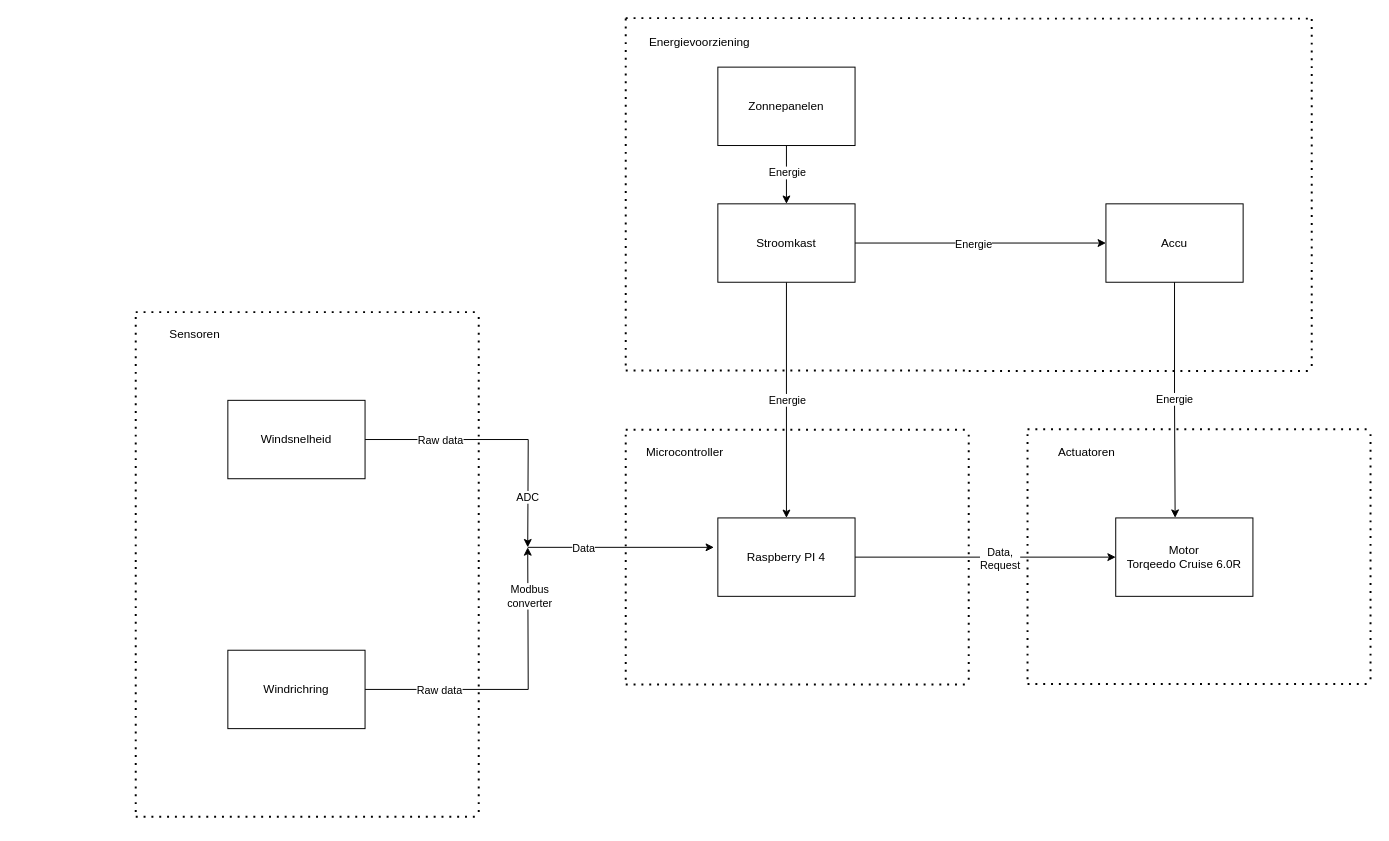
merelvdleeden/plastic_vanger keeps this draw.io diagram as documentatie/ontwerpen/Architectuur ontwerpen/ArchitectuurOntwerpEind.drawio. Above is the earlier version. Source tidied: cells renumbered, new cells numbered last; positions are measured from the earlier drawing's top-left corner, leaving out a move shared by most shapes. Both pictures are drawn from the tidied source at 98%, with x=0, y=0 at pixel (135, 18).
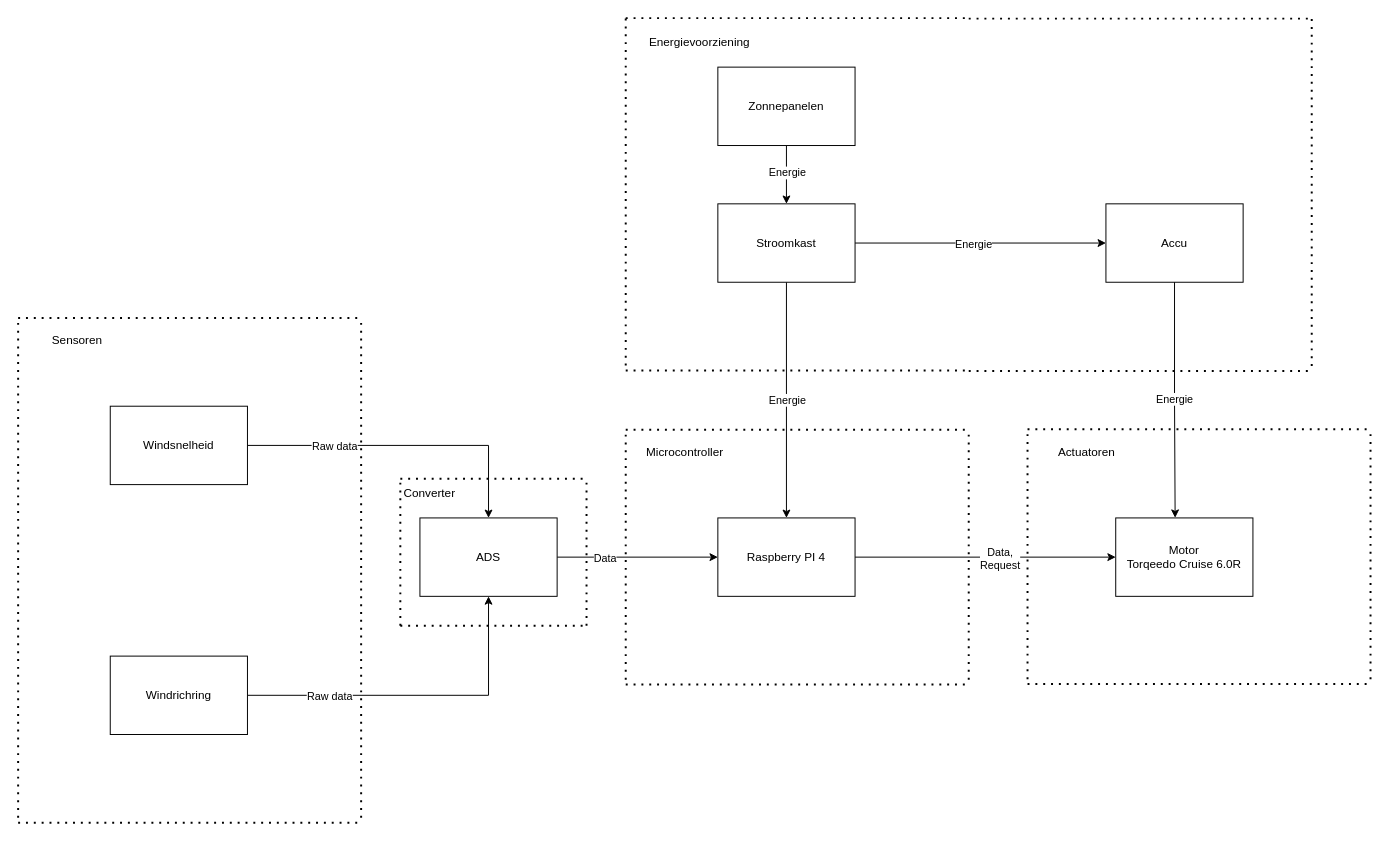
The same page after the edit.

Unchanged cells that the change refers to:
```xml
<mxCell id="4" value="Raspberry PI 4" style="rounded=0;whiteSpace=wrap;html=1;" parent="1" vertex="1">
  <mxGeometry x="594" y="510" width="140" height="80" as="geometry" />
</mxCell>
```

The edit, as a diff of the source:
```diff
@@
-    <mxCell id="31" style="edgeStyle=orthogonalEdgeStyle;rounded=0;jettySize=auto;html=1;" parent="1" edge="1" source="34">
+    <mxCell id="31" style="edgeStyle=orthogonalEdgeStyle;rounded=0;jettySize=auto;html=1;entryX=0.5;entryY=0;entryDx=0;entryDy=0;" parent="1" edge="1" source="34" target="51">
       <mxGeometry relative="1" as="geometry">
-        <mxPoint x="400" y="540" as="targetPoint" />
+        <Array as="points">
+          <mxPoint x="360" y="436" />
+        </Array>
       </mxGeometry>
     </mxCell>
@@
-    <mxCell id="33" value="ADC" style="edgeLabel;html=1;align=center;verticalAlign=middle;" parent="31" vertex="1">
-      <mxGeometry x="0.63" y="-1" relative="1" as="geometry" />
-    </mxCell>
     <mxCell id="34" value="Windsnelheid" style="rounded=0;whiteSpace=wrap;html=1;" parent="1" vertex="1">
-      <mxGeometry x="94" y="390" width="140" height="80" as="geometry" />
+      <mxGeometry x="-26" y="396" width="140" height="80" as="geometry" />
     </mxCell>
     <mxCell id="35" style="endArrow=none;dashed=1;html=1;dashPattern=1 3;strokeWidth=2;rounded=0;" parent="1" edge="1">
       <mxGeometry relative="1" as="geometry">
-        <mxPoint y="555" as="sourcePoint" />
-        <mxPoint y="305" as="targetPoint" />
+        <mxPoint x="-120" y="561" as="sourcePoint" />
+        <mxPoint x="-120" y="311" as="targetPoint" />
       </mxGeometry>
     </mxCell>
     <mxCell id="36" style="endArrow=none;dashed=1;html=1;dashPattern=1 3;strokeWidth=2;rounded=0;" parent="1" edge="1">
       <mxGeometry relative="1" as="geometry">
-        <mxPoint x="350" y="555" as="sourcePoint" />
-        <mxPoint x="350" y="305" as="targetPoint" />
+        <mxPoint x="230" y="561" as="sourcePoint" />
+        <mxPoint x="230" y="311" as="targetPoint" />
       </mxGeometry>
     </mxCell>
     <mxCell id="37" style="endArrow=none;dashed=1;html=1;dashPattern=1 3;strokeWidth=2;rounded=0;" parent="1" edge="1">
       <mxGeometry relative="1" as="geometry">
-        <mxPoint y="300" as="sourcePoint" />
-        <mxPoint x="350" y="300" as="targetPoint" />
+        <mxPoint x="-120" y="306" as="sourcePoint" />
+        <mxPoint x="230" y="306" as="targetPoint" />
       </mxGeometry>
     </mxCell>
     <mxCell id="38" value="Sensoren" style="text;html=1;align=center;verticalAlign=middle;strokeColor=none;fillColor=none;" parent="1" vertex="1">
-      <mxGeometry x="25" y="308" width="70" height="30" as="geometry" />
+      <mxGeometry x="-95" y="314" width="70" height="30" as="geometry" />
     </mxCell>
-    <mxCell id="39" style="edgeStyle=orthogonalEdgeStyle;rounded=0;jettySize=auto;html=1;" parent="1" edge="1" source="42">
-      <mxGeometry relative="1" as="geometry">
-        <mxPoint x="400" y="540" as="targetPoint" />
-      </mxGeometry>
+    <mxCell id="39" style="edgeStyle=orthogonalEdgeStyle;rounded=0;jettySize=auto;html=1;entryX=0.5;entryY=1;entryDx=0;entryDy=0;" parent="1" edge="1" source="42" target="51">
+      <mxGeometry relative="1" as="geometry" />
     </mxCell>
@@
-    <mxCell id="41" value="Modbus&lt;div&gt;converter&lt;/div&gt;" style="edgeLabel;html=1;align=center;verticalAlign=middle;" parent="39" vertex="1">
-      <mxGeometry x="0.68" y="-1" relative="1" as="geometry" />
-    </mxCell>
     <mxCell id="42" value="Windrichring" style="rounded=0;whiteSpace=wrap;html=1;" parent="1" vertex="1">
-      <mxGeometry x="94" y="645" width="140" height="80" as="geometry" />
+      <mxGeometry x="-26" y="651" width="140" height="80" as="geometry" />
     </mxCell>
     <mxCell id="43" style="endArrow=none;dashed=1;html=1;dashPattern=1 3;strokeWidth=2;rounded=0;" parent="1" edge="1">
       <mxGeometry relative="1" as="geometry">
-        <mxPoint y="810" as="sourcePoint" />
-        <mxPoint y="560" as="targetPoint" />
+        <mxPoint x="-120" y="816" as="sourcePoint" />
+        <mxPoint x="-120" y="566" as="targetPoint" />
       </mxGeometry>
     </mxCell>
     <mxCell id="44" style="endArrow=none;dashed=1;html=1;dashPattern=1 3;strokeWidth=2;rounded=0;" parent="1" edge="1">
       <mxGeometry relative="1" as="geometry">
-        <mxPoint y="815" as="sourcePoint" />
-        <mxPoint x="350" y="815" as="targetPoint" />
+        <mxPoint x="-120" y="821" as="sourcePoint" />
+        <mxPoint x="230" y="821" as="targetPoint" />
       </mxGeometry>
     </mxCell>
     <mxCell id="45" style="endArrow=none;dashed=1;html=1;dashPattern=1 3;strokeWidth=2;rounded=0;" parent="1" edge="1">
       <mxGeometry relative="1" as="geometry">
-        <mxPoint x="350" y="810" as="sourcePoint" />
-        <mxPoint x="350" y="560" as="targetPoint" />
+        <mxPoint x="230" y="816" as="sourcePoint" />
+        <mxPoint x="230" y="566" as="targetPoint" />
       </mxGeometry>
     </mxCell>
-    <mxCell id="46" style="endArrow=classic;html=1;rounded=0;" parent="1" edge="1">
-      <mxGeometry relative="1" as="geometry">
-        <mxPoint x="400" y="540" as="sourcePoint" />
-        <mxPoint x="590" y="540" as="targetPoint" />
-      </mxGeometry>
+    <mxCell id="46" style="endArrow=classic;html=1;rounded=0;exitX=1;exitY=0.5;exitDx=0;exitDy=0;entryX=0;entryY=0.5;entryDx=0;entryDy=0;" parent="1" edge="1" source="51" target="4">
+      <mxGeometry relative="1" as="geometry" />
     </mxCell>
@@
+    <mxCell id="51" value="ADS" style="rounded=0;whiteSpace=wrap;html=1;" parent="1" vertex="1">
+      <mxGeometry x="290" y="510" width="140" height="80" as="geometry" />
+    </mxCell>
+    <mxCell id="52" style="endArrow=none;dashed=1;html=1;dashPattern=1 3;strokeWidth=2;rounded=0;entryX=0;entryY=0;entryDx=0;entryDy=0;" parent="1" edge="1" target="56">
+      <mxGeometry relative="1" as="geometry">
+        <mxPoint x="270" y="620" as="sourcePoint" />
+      </mxGeometry>
+    </mxCell>
+    <mxCell id="53" style="endArrow=none;dashed=1;html=1;dashPattern=1 3;strokeWidth=2;rounded=0;" parent="1" edge="1">
+      <mxGeometry relative="1" as="geometry">
+        <mxPoint x="270" y="470" as="sourcePoint" />
+        <mxPoint x="460" y="470" as="targetPoint" />
+      </mxGeometry>
+    </mxCell>
+    <mxCell id="54" style="endArrow=none;dashed=1;html=1;dashPattern=1 3;strokeWidth=2;rounded=0;" parent="1" edge="1">
+      <mxGeometry relative="1" as="geometry">
+        <mxPoint x="460" y="620" as="sourcePoint" />
+        <mxPoint x="460" y="470" as="targetPoint" />
+      </mxGeometry>
+    </mxCell>
+    <mxCell id="55" style="endArrow=none;dashed=1;html=1;dashPattern=1 3;strokeWidth=2;rounded=0;" parent="1" edge="1">
+      <mxGeometry relative="1" as="geometry">
+        <mxPoint x="270" y="620" as="sourcePoint" />
+        <mxPoint x="460" y="620" as="targetPoint" />
+      </mxGeometry>
+    </mxCell>
+    <mxCell id="56" value="Converter" style="text;html=1;whiteSpace=wrap;strokeColor=none;fillColor=none;align=center;verticalAlign=middle;rounded=0;" parent="1" vertex="1">
+      <mxGeometry x="270" y="470" width="60" height="30" as="geometry" />
+    </mxCell>
```
